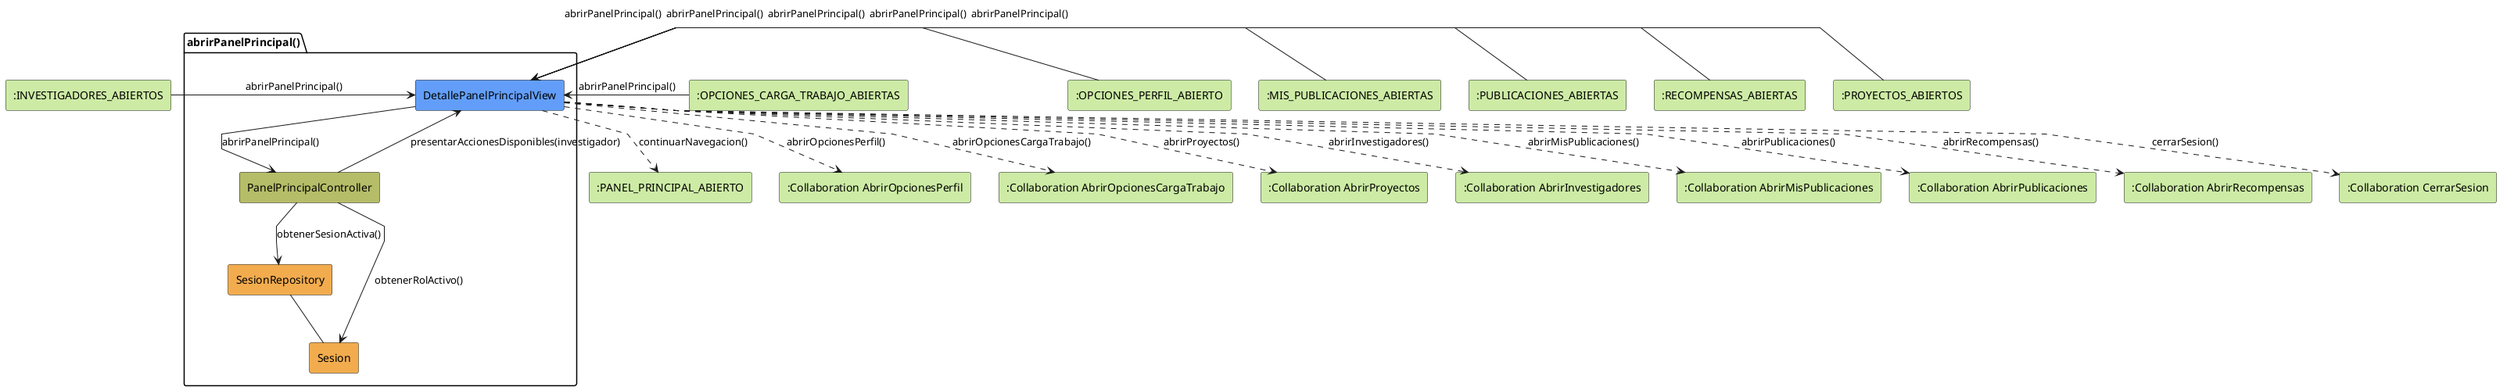
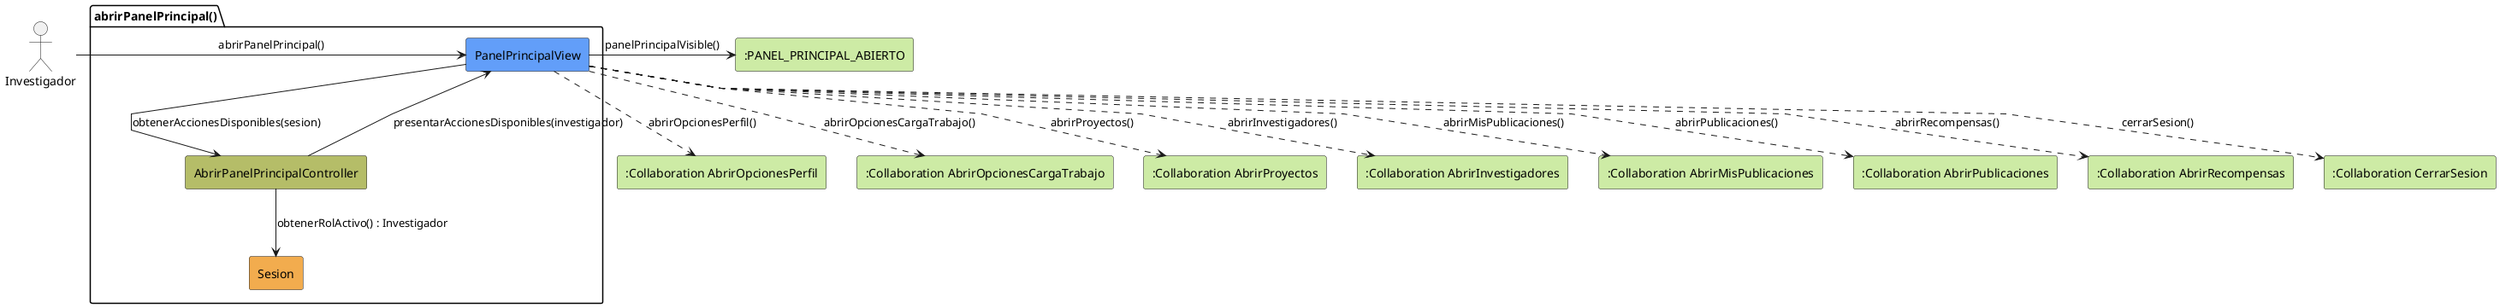
@startuml abrirPanelPrincipal-analisis
skinparam linetype polyline

- rectangle #CDEBA5 ":INVESTIGADORES_ABIERTOS" as EstadoEntrada1
- rectangle #CDEBA5 ":OPCIONES_CARGA_TRABAJO_ABIERTAS" as EstadoEntrada2
- rectangle #CDEBA5 ":OPCIONES_PERFIL_ABIERTO" as EstadoEntrada3
- rectangle #CDEBA5 ":MIS_PUBLICACIONES_ABIERTAS" as EstadoEntrada4
- rectangle #CDEBA5 ":PUBLICACIONES_ABIERTAS" as EstadoEntrada5
- rectangle #CDEBA5 ":RECOMPENSAS_ABIERTAS" as EstadoEntrada6
- rectangle #CDEBA5 ":PROYECTOS_ABIERTOS" as EstadoEntrada7
+ actor Investigador
+ 
package abrirPanelPrincipal as "abrirPanelPrincipal()" {
-     rectangle #629EF9 DetallePanelPrincipalView
-     rectangle #b5bd68 PanelPrincipalController
-     rectangle #F2AC4E SesionRepository
+     rectangle #629EF9 PanelPrincipalView
+     rectangle #b5bd68 AbrirPanelPrincipalController
    rectangle #F2AC4E Sesion
}

- rectangle #CDEBA5 ":PANEL_PRINCIPAL_ABIERTO" as EstadoSalida
+ rectangle #CDEBA5 ":PANEL_PRINCIPAL_ABIERTO" as PanelPrincipalAbierto
rectangle #CDEBA5 ":Collaboration AbrirOpcionesPerfil" as AbrirOpcionesPerfil
rectangle #CDEBA5 ":Collaboration AbrirOpcionesCargaTrabajo" as AbrirOpcionesCargaTrabajo
rectangle #CDEBA5 ":Collaboration AbrirProyectos" as AbrirProyectos
rectangle #CDEBA5 ":Collaboration AbrirInvestigadores" as AbrirInvestigadores
rectangle #CDEBA5 ":Collaboration AbrirMisPublicaciones" as AbrirMisPublicaciones
rectangle #CDEBA5 ":Collaboration AbrirPublicaciones" as AbrirPublicaciones
rectangle #CDEBA5 ":Collaboration AbrirRecompensas" as AbrirRecompensas
rectangle #CDEBA5 ":Collaboration CerrarSesion" as CerrarSesion

- EstadoEntrada1 -r-> DetallePanelPrincipalView: abrirPanelPrincipal()
- EstadoEntrada2 -r-> DetallePanelPrincipalView: abrirPanelPrincipal()
- EstadoEntrada3 -r-> DetallePanelPrincipalView: abrirPanelPrincipal()
- EstadoEntrada4 -r-> DetallePanelPrincipalView: abrirPanelPrincipal()
- EstadoEntrada5 -r-> DetallePanelPrincipalView: abrirPanelPrincipal()
- EstadoEntrada6 -r-> DetallePanelPrincipalView: abrirPanelPrincipal()
- EstadoEntrada7 -r-> DetallePanelPrincipalView: abrirPanelPrincipal()
+ Investigador -r-> PanelPrincipalView: abrirPanelPrincipal()

- DetallePanelPrincipalView -d-> PanelPrincipalController: abrirPanelPrincipal()
- PanelPrincipalController --> SesionRepository: obtenerSesionActiva()
- PanelPrincipalController --> Sesion: obtenerRolActivo()
- PanelPrincipalController --> DetallePanelPrincipalView: presentarAccionesDisponibles(investigador)
- SesionRepository -- Sesion
- DetallePanelPrincipalView ..> EstadoSalida: continuarNavegacion()
- DetallePanelPrincipalView ..> AbrirOpcionesPerfil: abrirOpcionesPerfil()
- DetallePanelPrincipalView ..> AbrirOpcionesCargaTrabajo: abrirOpcionesCargaTrabajo()
- DetallePanelPrincipalView ..> AbrirProyectos: abrirProyectos()
- DetallePanelPrincipalView ..> AbrirInvestigadores: abrirInvestigadores()
- DetallePanelPrincipalView ..> AbrirMisPublicaciones: abrirMisPublicaciones()
- DetallePanelPrincipalView ..> AbrirPublicaciones: abrirPublicaciones()
- DetallePanelPrincipalView ..> AbrirRecompensas: abrirRecompensas()
- DetallePanelPrincipalView ..> CerrarSesion: cerrarSesion()
+ PanelPrincipalView -d-> AbrirPanelPrincipalController: obtenerAccionesDisponibles(sesion)
+ 
+ AbrirPanelPrincipalController --> Sesion: obtenerRolActivo() : Investigador
+ 
+ AbrirPanelPrincipalController --> PanelPrincipalView: presentarAccionesDisponibles(investigador)
+ 
+ PanelPrincipalView -r-> PanelPrincipalAbierto: panelPrincipalVisible()
+ PanelPrincipalView ..> AbrirOpcionesPerfil: abrirOpcionesPerfil()
+ PanelPrincipalView ..> AbrirOpcionesCargaTrabajo: abrirOpcionesCargaTrabajo()
+ PanelPrincipalView ..> AbrirProyectos: abrirProyectos()
+ PanelPrincipalView ..> AbrirInvestigadores: abrirInvestigadores()
+ PanelPrincipalView ..> AbrirMisPublicaciones: abrirMisPublicaciones()
+ PanelPrincipalView ..> AbrirPublicaciones: abrirPublicaciones()
+ PanelPrincipalView ..> AbrirRecompensas: abrirRecompensas()
+ PanelPrincipalView ..> CerrarSesion: cerrarSesion()

@enduml
